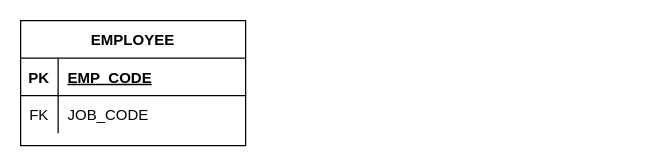
The draw.io diagram ERG3010-A2.drawio in EliWangC/Database-SQL, before the edit. Source tidied: cells renumbered, new cells numbered last; positions are measured from the earlier drawing's top-left corner, leaving out a move shared by most shapes. Both pictures are drawn from the tidied source at 125%, with x=0, y=0 at pixel (20, 20).
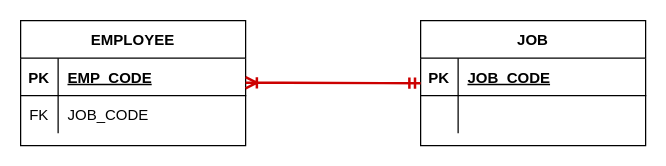
The same page after the edit.

What changed in the source:
```diff
@@
 <mxGraphModel>
   <root>
     <mxCell id="0" />
     <mxCell id="1" parent="0" />
     <mxCell id="2" value="EMPLOYEE" style="shape=table;startSize=30;childLayout=tableLayout;rowLines=0;fontStyle=1;align=center;" parent="1" vertex="1">
       <mxGeometry width="180" height="100" as="geometry" />
     </mxCell>
     <mxCell id="3" style="shape=partialRectangle;fillColor=none;top=0;left=0;bottom=1;right=0;" parent="2" vertex="1">
       <mxGeometry y="30" width="180" height="30" as="geometry" />
     </mxCell>
     <mxCell id="4" value="PK" style="shape=partialRectangle;fillColor=none;top=0;left=0;bottom=0;right=0;fontStyle=1;overflow=hidden;" parent="3" vertex="1">
       <mxGeometry width="30" height="30" as="geometry" />
     </mxCell>
     <mxCell id="5" value="EMP_CODE" style="shape=partialRectangle;fillColor=none;top=0;left=0;bottom=0;right=0;align=left;spacingLeft=6;fontStyle=5;overflow=hidden;horizontal=1;" parent="3" vertex="1">
       <mxGeometry x="30" width="150" height="30" as="geometry" />
     </mxCell>
     <mxCell id="6" style="shape=partialRectangle;fillColor=none;top=0;left=0;bottom=0;right=0;" parent="2" vertex="1">
       <mxGeometry y="60" width="180" height="30" as="geometry" />
     </mxCell>
     <mxCell id="7" value="FK" style="shape=partialRectangle;fillColor=none;top=0;left=0;bottom=0;right=0;overflow=hidden;" parent="6" vertex="1">
       <mxGeometry width="30" height="30" as="geometry" />
     </mxCell>
     <mxCell id="8" value="JOB_CODE" style="shape=partialRectangle;fillColor=none;top=0;left=0;bottom=0;right=0;align=left;spacingLeft=6;overflow=hidden;verticalAlign=middle;" parent="6" vertex="1">
       <mxGeometry x="30" width="150" height="30" as="geometry" />
     </mxCell>
+    <mxCell id="9" value="JOB" style="shape=table;startSize=30;childLayout=tableLayout;rowLines=0;fontStyle=1;align=center;" parent="1" vertex="1">
+      <mxGeometry x="320" width="180" height="100" as="geometry" />
+    </mxCell>
+    <mxCell id="10" style="shape=partialRectangle;fillColor=none;top=0;left=0;bottom=1;right=0;" parent="9" vertex="1">
+      <mxGeometry y="30" width="180" height="30" as="geometry" />
+    </mxCell>
+    <mxCell id="11" value="PK" style="shape=partialRectangle;fillColor=none;top=0;left=0;bottom=0;right=0;fontStyle=1;overflow=hidden;" parent="10" vertex="1">
+      <mxGeometry width="30" height="30" as="geometry" />
+    </mxCell>
+    <mxCell id="12" value="JOB_CODE" style="shape=partialRectangle;fillColor=none;top=0;left=0;bottom=0;right=0;align=left;spacingLeft=6;fontStyle=5;overflow=hidden;horizontal=1;" parent="10" vertex="1">
+      <mxGeometry x="30" width="150" height="30" as="geometry" />
+    </mxCell>
+    <mxCell id="13" style="shape=partialRectangle;fillColor=none;top=0;left=0;bottom=0;right=0;" parent="9" vertex="1">
+      <mxGeometry y="60" width="180" height="30" as="geometry" />
+    </mxCell>
+    <mxCell id="14" style="shape=partialRectangle;fillColor=none;top=0;left=0;bottom=0;right=0;overflow=hidden;" parent="13" vertex="1">
+      <mxGeometry width="30" height="30" as="geometry" />
+    </mxCell>
+    <mxCell id="15" style="shape=partialRectangle;fillColor=none;top=0;left=0;bottom=0;right=0;align=left;spacingLeft=6;overflow=hidden;verticalAlign=middle;" parent="13" vertex="1">
+      <mxGeometry x="30" width="150" height="30" as="geometry" />
+    </mxCell>
+    <mxCell id="16" style="edgeStyle=entityRelationEdgeStyle;fontSize=12;html=1;endArrow=ERmandOne;startArrow=ERoneToMany;rounded=0;entryX=0;entryY=0.5;entryDx=0;entryDy=0;strokeColor=#CC0000;strokeWidth=2;" parent="1" edge="1" target="9">
+      <mxGeometry relative="1" as="geometry">
+        <mxPoint x="180" y="49.7" as="sourcePoint" />
+      </mxGeometry>
+    </mxCell>
   </root>
 </mxGraphModel>
```
